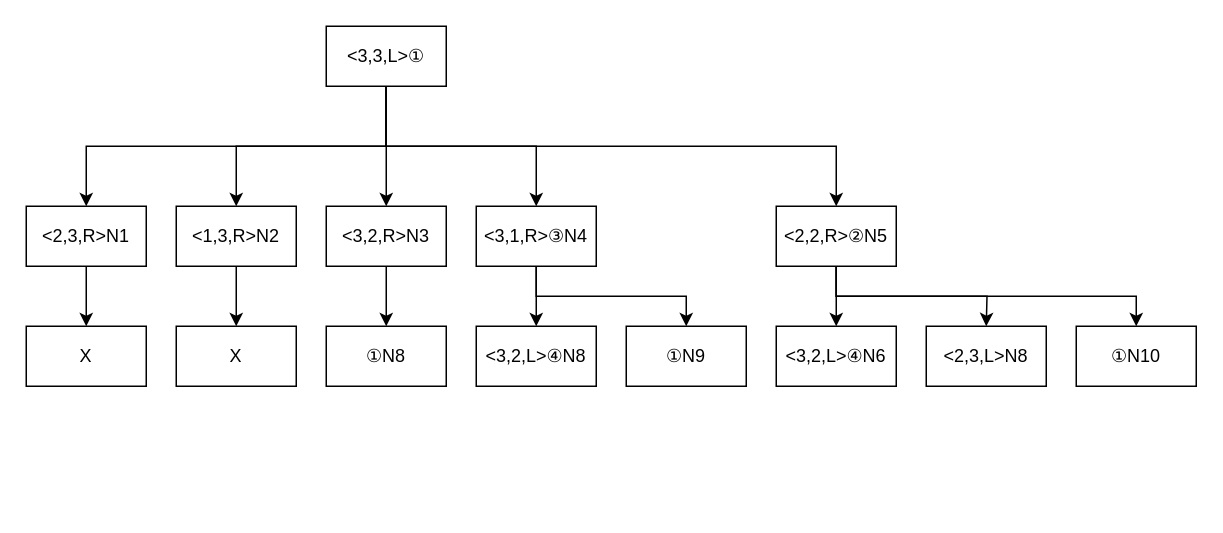
The draw.io diagram ninchiMCproblemTree.drawio in shgnaka/PokemonZA, before the edit. Source tidied: cells renumbered, new cells numbered last; positions are measured from the earlier drawing's top-left corner, leaving out a move shared by most shapes. Both pictures are drawn from the tidied source at 150%, with x=0, y=0 at pixel (26, 26).
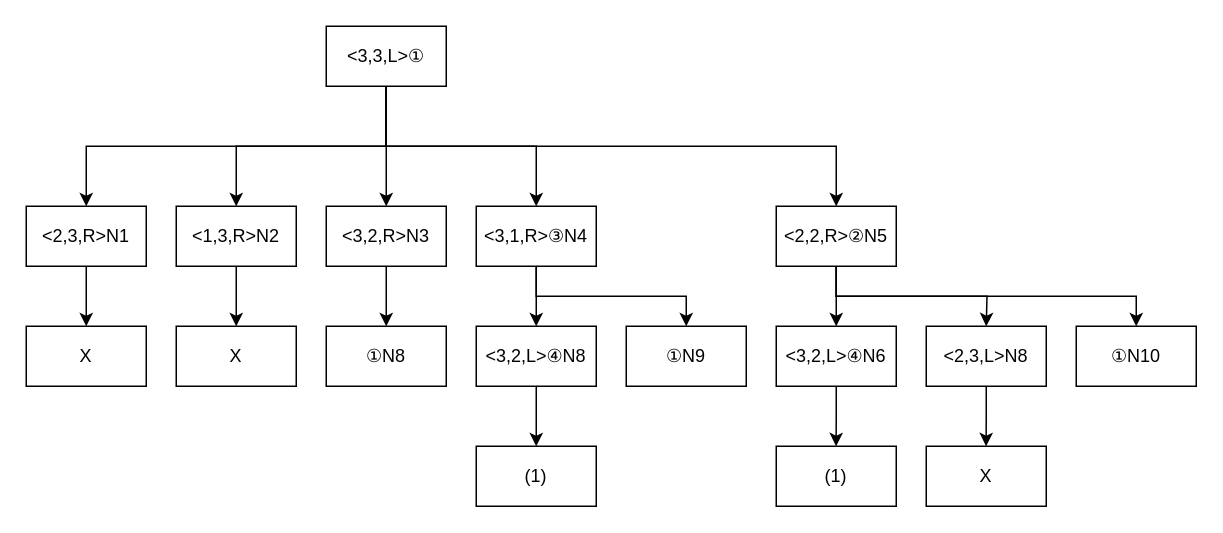
Above is the later version.

Commit message:
MC問題樹形図第3層完了

The change refers to these unchanged cells:
```xml
<mxCell id="23" value="&amp;lt;3,2,L&amp;gt;④N8" style="whiteSpace=wrap;html=1;" parent="1" vertex="1">
  <mxGeometry x="300" y="200" width="80" height="40" as="geometry" />
</mxCell>
<mxCell id="25" value="&amp;lt;3,2,L&amp;gt;④N6" style="whiteSpace=wrap;html=1;" parent="1" vertex="1">
  <mxGeometry x="500" y="200" width="80" height="40" as="geometry" />
</mxCell>
<mxCell id="26" value="&amp;lt;2,3,L&amp;gt;N8" style="whiteSpace=wrap;html=1;" parent="1" vertex="1">
  <mxGeometry x="600" y="200" width="80" height="40" as="geometry" />
</mxCell>
```

Change to the diagram source:
```diff
@@
+    <mxCell id="29" style="edgeStyle=orthogonalEdgeStyle;rounded=0;jettySize=auto;html=1;exitX=0.5;exitY=1;exitDx=0;exitDy=0;" parent="1" edge="1" source="23">
+      <mxGeometry relative="1" as="geometry">
+        <mxPoint x="340" y="280" as="targetPoint" />
+      </mxGeometry>
+    </mxCell>
@@
+    <mxCell id="30" style="edgeStyle=orthogonalEdgeStyle;rounded=0;jettySize=auto;html=1;exitX=0.5;exitY=1;exitDx=0;exitDy=0;" parent="1" edge="1" source="25">
+      <mxGeometry relative="1" as="geometry">
+        <mxPoint x="539.9" y="280" as="targetPoint" />
+      </mxGeometry>
+    </mxCell>
@@
+    <mxCell id="31" style="edgeStyle=orthogonalEdgeStyle;rounded=0;jettySize=auto;html=1;exitX=0.5;exitY=1;exitDx=0;exitDy=0;" parent="1" edge="1" source="26">
+      <mxGeometry relative="1" as="geometry">
+        <mxPoint x="639.9" y="280" as="targetPoint" />
+      </mxGeometry>
+    </mxCell>
@@
+    <mxCell id="32" value="X" style="whiteSpace=wrap;html=1;" parent="1" vertex="1">
+      <mxGeometry x="600" y="280" width="80" height="40" as="geometry" />
+    </mxCell>
+    <mxCell id="33" value="(1)" style="whiteSpace=wrap;html=1;" parent="1" vertex="1">
+      <mxGeometry x="300" y="280" width="80" height="40" as="geometry" />
+    </mxCell>
+    <mxCell id="34" value="(1)" style="whiteSpace=wrap;html=1;" parent="1" vertex="1">
+      <mxGeometry x="500" y="280" width="80" height="40" as="geometry" />
+    </mxCell>
```
